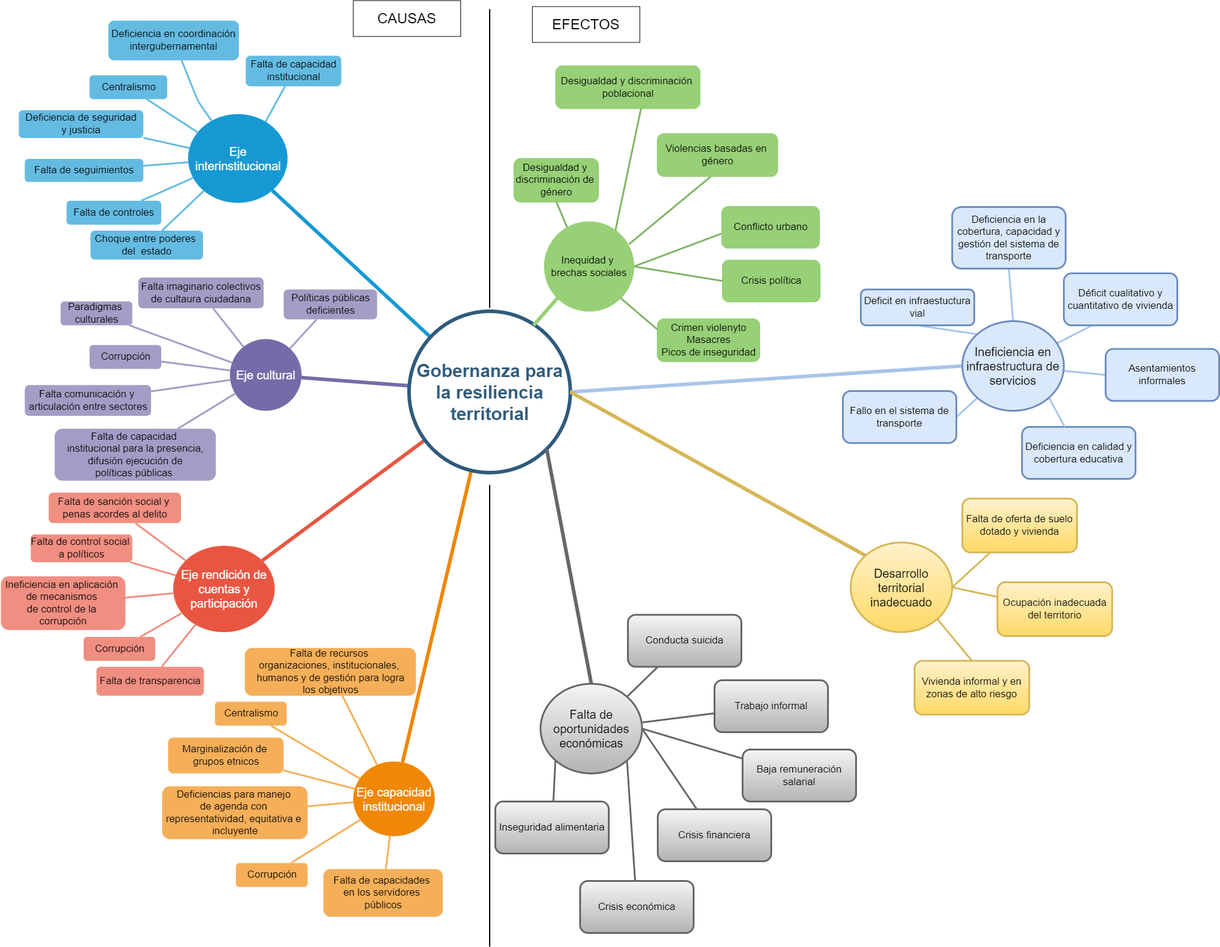
Earlier version of the draw.io export resiliencia.png (gjvasco/aprendiendoJava). Source tidied: cells renumbered, new cells last; positions are measured from the earlier drawing's top-left corner, leaving out a move shared by most shapes.
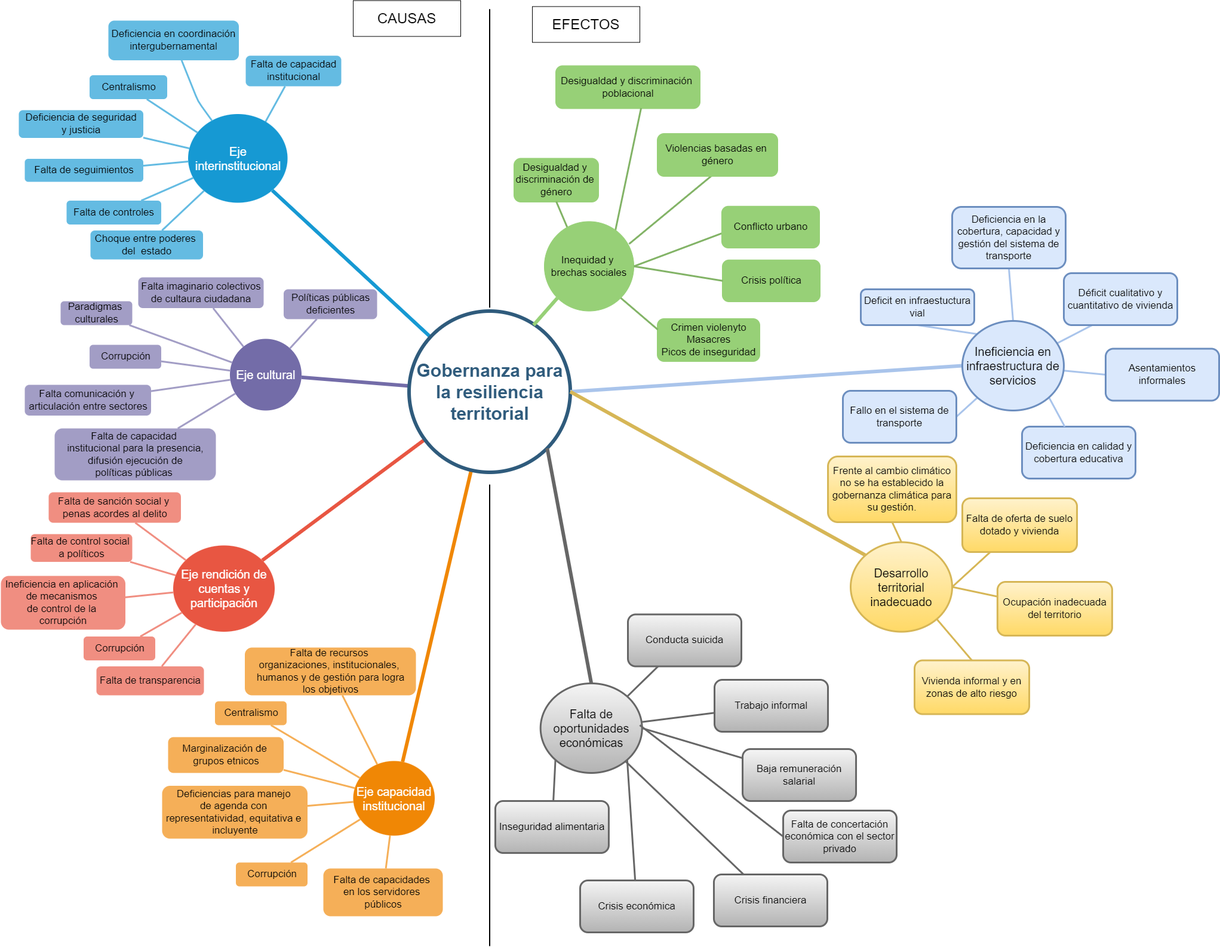
The same file after the commit.

The edit, as a diff of the source:
```diff
@@ -299,9 +299,9 @@
       <mxGeometry x="-1575" y="428.7" as="geometry" />
     </mxCell>
     <mxCell id="96" value="Crisis financiera" style="rounded=1;fillColor=#f5f5f5;strokeColor=#666666;strokeWidth=3;shadow=0;html=1;fontSize=17;whiteSpace=wrap;gradientColor=#b3b3b3;" parent="1" vertex="1">
-      <mxGeometry x="1100" y="1354" width="190" height="87" as="geometry" />
+      <mxGeometry x="1194" y="1464" width="190" height="87" as="geometry" />
     </mxCell>
-    <mxCell id="97" style="edgeStyle=none;endArrow=none;strokeWidth=3;strokeColor=#666666;html=1;exitX=1;exitY=0.5;exitDx=0;exitDy=0;fillColor=#f5f5f5;gradientColor=#b3b3b3;" parent="1" edge="1" source="90" target="96">
+    <mxCell id="97" style="edgeStyle=none;endArrow=none;strokeWidth=3;strokeColor=#666666;html=1;fillColor=#f5f5f5;gradientColor=#b3b3b3;" parent="1" edge="1" source="90" target="96">
       <mxGeometry x="-1462.9" y="290.7" as="geometry" />
     </mxCell>
     <mxCell id="98" value="Conducta suicida" style="rounded=1;fillColor=#f5f5f5;strokeColor=#666666;strokeWidth=3;shadow=0;html=1;fontSize=17;whiteSpace=wrap;gradientColor=#b3b3b3;" parent="1" vertex="1">
@@ -352,5 +352,19 @@
     <mxCell id="113" style="edgeStyle=none;endArrow=none;strokeWidth=3;strokeColor=#d6b656;html=1;fillColor=#fff2cc;gradientColor=#ffd966;exitX=1;exitY=1;exitDx=0;exitDy=0;entryX=0.5;entryY=0;entryDx=0;entryDy=0;" parent="1" edge="1" source="106" target="112">
       <mxGeometry x="-881.9" y="220.7" as="geometry" />
     </mxCell>
+    <mxCell id="114" value="Falta de concertación económica con el sector privado" style="rounded=1;fillColor=#f5f5f5;strokeColor=#666666;strokeWidth=3;shadow=0;html=1;fontSize=17;whiteSpace=wrap;gradientColor=#b3b3b3;" parent="1" vertex="1">
+      <mxGeometry x="1310" y="1357" width="190" height="87" as="geometry" />
+    </mxCell>
+    <mxCell id="115" style="edgeStyle=none;endArrow=none;strokeWidth=3;strokeColor=#666666;html=1;fillColor=#f5f5f5;gradientColor=#b3b3b3;entryX=0;entryY=0.5;entryDx=0;entryDy=0;" parent="1" edge="1" target="114">
+      <mxGeometry x="-1452.9" y="300.7" as="geometry">
+        <mxPoint x="1070" y="1214" as="sourcePoint" />
+      </mxGeometry>
+    </mxCell>
+    <mxCell id="116" value="Frente al cambio climático no se ha establecido la gobernanza climática para su gestión." style="rounded=1;fillColor=#fff2cc;strokeColor=#d6b656;strokeWidth=3;shadow=0;html=1;fontSize=17;whiteSpace=wrap;gradientColor=#ffd966;" parent="1" vertex="1">
+      <mxGeometry x="1385" y="764" width="215" height="110" as="geometry" />
+    </mxCell>
+    <mxCell id="117" style="edgeStyle=none;endArrow=none;strokeWidth=3;strokeColor=#d6b656;html=1;fillColor=#fff2cc;gradientColor=#ffd966;exitX=0.5;exitY=1;exitDx=0;exitDy=0;entryX=0.5;entryY=0;entryDx=0;entryDy=0;" parent="1" edge="1" source="116" target="106">
+      <mxGeometry x="-778.9" y="115.2" as="geometry" />
+    </mxCell>
   </root>
 </mxGraphModel>
```
